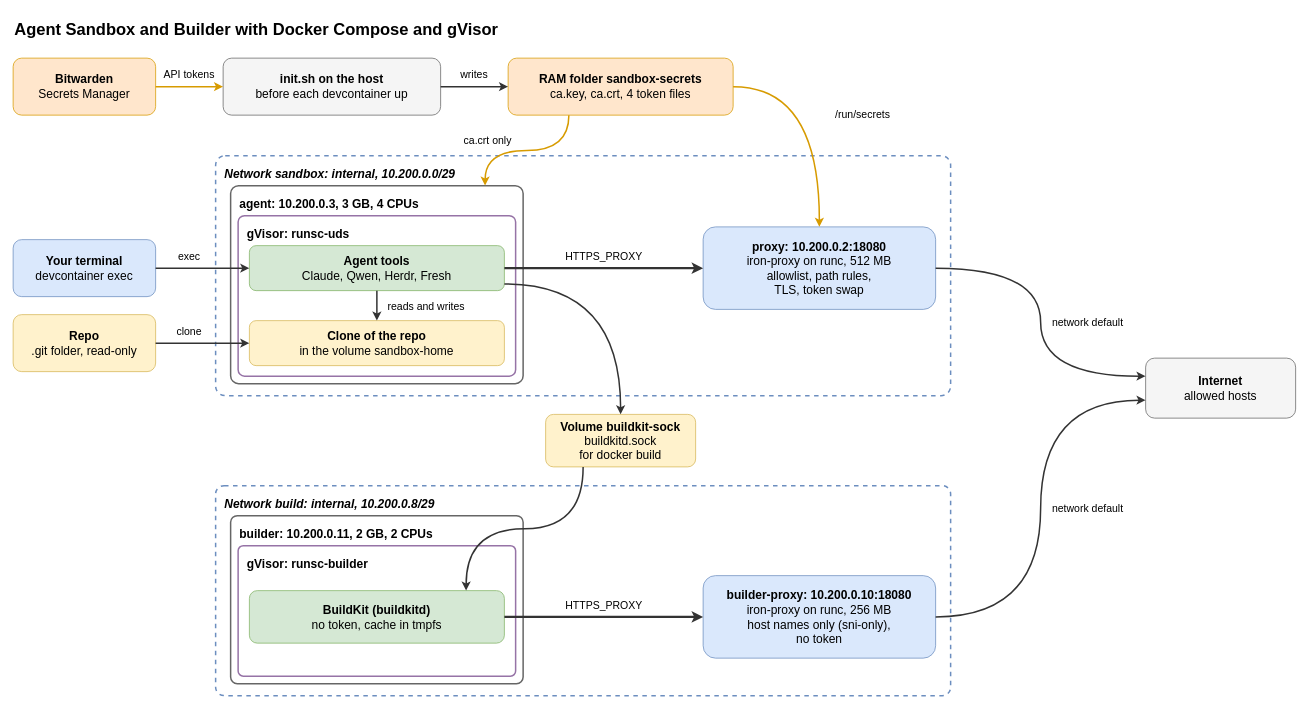
Earlier version of the draw.io diagram .devcontainer/docs/diagrams/architecture.drawio (raghav19/engineersdaybook). Source tidied: cells renumbered, new cells numbered last; positions are measured from the earlier drawing's top-left corner, leaving out a move shared by most shapes. Both pictures are drawn from the tidied source at 75%, with x=0, y=0 at pixel (13, 13).
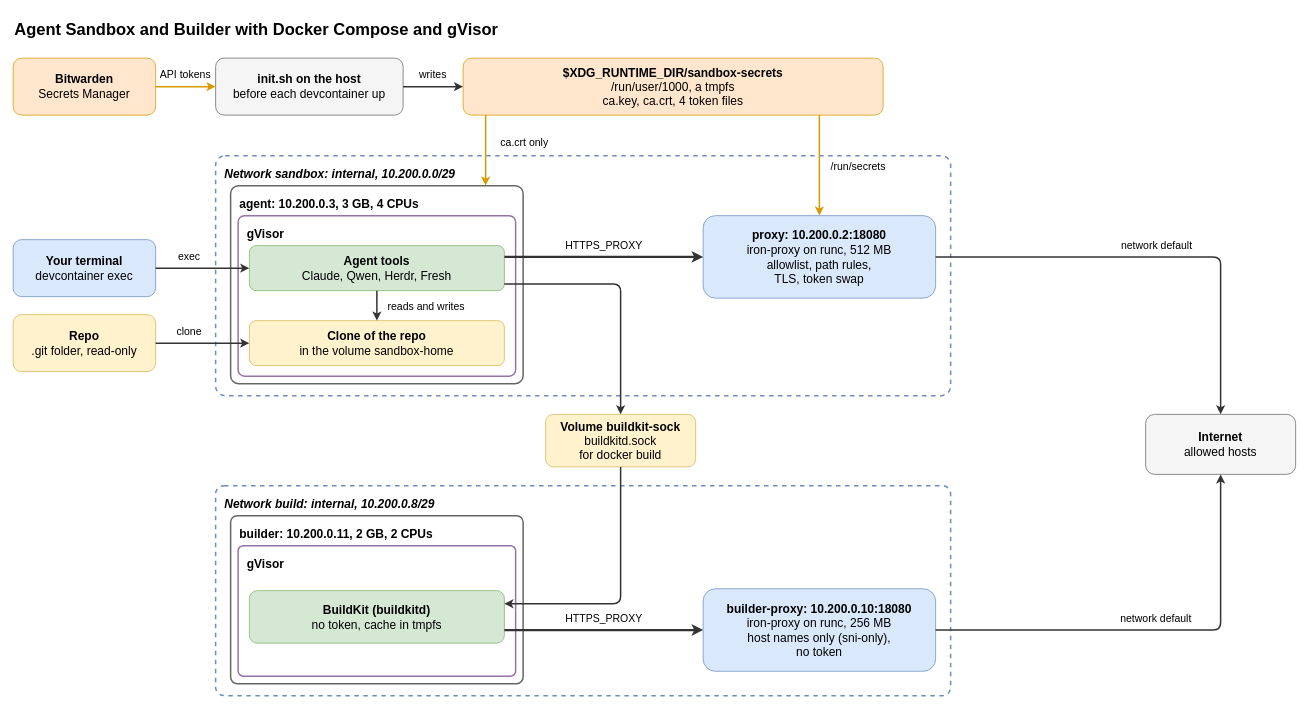
Above is the later version.

Commit message (it also covers changes not shown here):
docs: right-angle arrows, the tmpfs path and plain gVisor in the sandbox diagrams

Unchanged cells that the change refers to:
```xml
<mxCell id="3" value="&lt;b&gt;Bitwarden&lt;/b&gt;&lt;br&gt;Secrets Manager" style="rounded=1;whiteSpace=wrap;html=1;fontSize=16;fillColor=#ffe6cc;strokeColor=#d79b00;" parent="1" vertex="1">
  <mxGeometry y="60" width="190" height="76" as="geometry" />
</mxCell>
<mxCell id="6" value="&lt;b&gt;Your terminal&lt;/b&gt;&lt;br&gt;devcontainer exec" style="rounded=1;whiteSpace=wrap;html=1;fontSize=16;fillColor=#dae8fc;strokeColor=#6c8ebf;" parent="1" vertex="1">
  <mxGeometry y="302" width="190" height="76" as="geometry" />
</mxCell>
<mxCell id="7" value="&lt;b&gt;Repo&lt;/b&gt;&lt;br&gt;.git folder, read-only" style="rounded=1;whiteSpace=wrap;html=1;fontSize=16;fillColor=#fff2cc;strokeColor=#d6b656;" parent="1" vertex="1">
  <mxGeometry y="402" width="190" height="76" as="geometry" />
</mxCell>
<mxCell id="9" value="agent: 10.200.0.3, 3 GB, 4 CPUs" style="rounded=1;arcSize=4;whiteSpace=wrap;html=0;fontSize=16;fillColor=#ffffff;strokeColor=#666666;strokeWidth=2;align=left;spacingLeft=10;fontStyle=1;verticalAlign=top;spacingTop=8;" parent="1" vertex="1">
  <mxGeometry x="290" y="230" width="390" height="264" as="geometry" />
</mxCell>
<mxCell id="11" value="&lt;b&gt;Agent tools&lt;/b&gt;&lt;br&gt;Claude, Qwen, Herdr, Fresh" style="rounded=1;whiteSpace=wrap;html=1;fontSize=16;fillColor=#d5e8d4;strokeColor=#82b366;" parent="1" vertex="1">
  <mxGeometry x="315" y="310" width="340" height="60" as="geometry" />
</mxCell>
<mxCell id="12" value="&lt;b&gt;Clone of the repo&lt;/b&gt;&lt;br&gt;in the volume sandbox-home" style="rounded=1;whiteSpace=wrap;html=1;fontSize=16;fillColor=#fff2cc;strokeColor=#d6b656;" parent="1" vertex="1">
  <mxGeometry x="315" y="410" width="340" height="60" as="geometry" />
</mxCell>
<mxCell id="14" value="&lt;b&gt;Volume buildkit-sock&lt;/b&gt;&lt;br&gt;buildkitd.sock&lt;br&gt;for docker build" style="rounded=1;whiteSpace=wrap;html=1;fontSize=16;fillColor=#fff2cc;strokeColor=#d6b656;" parent="1" vertex="1">
  <mxGeometry x="710" y="535" width="200" height="70" as="geometry" />
</mxCell>
<mxCell id="18" value="&lt;b&gt;BuildKit (buildkitd)&lt;/b&gt;&lt;br&gt;no token, cache in tmpfs" style="rounded=1;whiteSpace=wrap;html=1;fontSize=16;fillColor=#d5e8d4;strokeColor=#82b366;" parent="1" vertex="1">
  <mxGeometry x="315" y="770" width="340" height="70" as="geometry" />
</mxCell>
```

Change to the diagram source:
```diff
@@
     <mxCell id="4" value="&lt;b&gt;init.sh on the host&lt;/b&gt;&lt;br&gt;before each devcontainer up" style="rounded=1;whiteSpace=wrap;html=1;fontSize=16;fillColor=#f5f5f5;strokeColor=#666666;" parent="1" vertex="1">
-      <mxGeometry x="280" y="60" width="290" height="76" as="geometry" />
+      <mxGeometry x="270" y="60" width="250" height="76" as="geometry" />
     </mxCell>
-    <mxCell id="5" value="&lt;b&gt;RAM folder sandbox-secrets&lt;/b&gt;&lt;br&gt;ca.key, ca.crt, 4 token files" style="rounded=1;whiteSpace=wrap;html=1;fontSize=16;fillColor=#ffe6cc;strokeColor=#d79b00;" parent="1" vertex="1">
-      <mxGeometry x="660" y="60" width="300" height="76" as="geometry" />
+    <mxCell id="5" value="&lt;b&gt;$XDG_RUNTIME_DIR/sandbox-secrets&lt;/b&gt;&lt;br&gt;/run/user/1000, a tmpfs&lt;br&gt;ca.key, ca.crt, 4 token files" style="rounded=1;whiteSpace=wrap;html=1;fontSize=16;fillColor=#ffe6cc;strokeColor=#d79b00;" parent="1" vertex="1">
+      <mxGeometry x="600" y="60" width="560" height="76" as="geometry" />
     </mxCell>
@@
-    <mxCell id="10" value="gVisor: runsc-uds" style="rounded=1;arcSize=4;whiteSpace=wrap;html=0;fontSize=16;fillColor=#ffffff;strokeColor=#9673a6;strokeWidth=2;align=left;spacingLeft=10;fontStyle=1;verticalAlign=top;spacingTop=8;" parent="1" vertex="1">
+    <mxCell id="10" value="gVisor" style="rounded=1;arcSize=4;whiteSpace=wrap;html=0;fontSize=16;fillColor=#ffffff;strokeColor=#9673a6;strokeWidth=2;align=left;spacingLeft=10;fontStyle=1;verticalAlign=top;spacingTop=8;" parent="1" vertex="1">
       <mxGeometry x="300" y="270" width="370" height="214" as="geometry" />
     </mxCell>
@@
     <mxCell id="13" value="&lt;b&gt;proxy: 10.200.0.2:18080&lt;/b&gt;&lt;br&gt;iron-proxy on runc, 512 MB&lt;br&gt;allowlist, path rules,&lt;br&gt;TLS, token swap" style="rounded=1;whiteSpace=wrap;html=1;fontSize=16;fillColor=#dae8fc;strokeColor=#6c8ebf;" parent="1" vertex="1">
-      <mxGeometry x="920" y="285" width="310" height="110" as="geometry" />
+      <mxGeometry x="920" y="270" width="310" height="110" as="geometry" />
     </mxCell>
@@
-    <mxCell id="17" value="gVisor: runsc-builder" style="rounded=1;arcSize=4;whiteSpace=wrap;html=0;fontSize=16;fillColor=#ffffff;strokeColor=#9673a6;strokeWidth=2;align=left;spacingLeft=10;fontStyle=1;verticalAlign=top;spacingTop=8;" parent="1" vertex="1">
+    <mxCell id="17" value="gVisor" style="rounded=1;arcSize=4;whiteSpace=wrap;html=0;fontSize=16;fillColor=#ffffff;strokeColor=#9673a6;strokeWidth=2;align=left;spacingLeft=10;fontStyle=1;verticalAlign=top;spacingTop=8;" parent="1" vertex="1">
       <mxGeometry x="300" y="710" width="370" height="174" as="geometry" />
     </mxCell>
@@
     <mxCell id="19" value="&lt;b&gt;builder-proxy: 10.200.0.10:18080&lt;/b&gt;&lt;br&gt;iron-proxy on runc, 256 MB&lt;br&gt;host names only (sni-only),&lt;br&gt;no token" style="rounded=1;whiteSpace=wrap;html=1;fontSize=16;fillColor=#dae8fc;strokeColor=#6c8ebf;" parent="1" vertex="1">
-      <mxGeometry x="920" y="750" width="310" height="110" as="geometry" />
+      <mxGeometry x="920" y="767.5" width="310" height="110" as="geometry" />
     </mxCell>
     <mxCell id="20" value="&lt;b&gt;Internet&lt;/b&gt;&lt;br&gt;allowed hosts" style="rounded=1;whiteSpace=wrap;html=1;fontSize=16;fillColor=#f5f5f5;strokeColor=#666666;" parent="1" vertex="1">
-      <mxGeometry x="1510" y="460" width="200" height="80" as="geometry" />
+      <mxGeometry x="1510" y="535" width="200" height="80" as="geometry" />
     </mxCell>
-    <mxCell id="21" value="API tokens" style="edgeStyle=orthogonalEdgeStyle;rounded=1;curved=1;html=0;labelBackgroundColor=none;fontSize=14;strokeWidth=2;strokeColor=#d79b00;exitX=1;exitY=0.5;exitDx=0;exitDy=0;entryX=0;entryY=0.5;entryDx=0;entryDy=0;" parent="1" edge="1" source="3" target="4">
+    <mxCell id="21" value="API tokens" style="edgeStyle=orthogonalEdgeStyle;rounded=1;curved=0;html=0;labelBackgroundColor=none;fontSize=14;strokeWidth=2;strokeColor=#d79b00;exitX=1.0000;exitY=0.5000;exitDx=0;exitDy=0;entryX=0.0000;entryY=0.5000;entryDx=0;entryDy=0;" parent="1" edge="1" source="3" target="4">
       <mxGeometry relative="1" as="geometry">
         <mxPoint y="-16.5" as="offset" />
       </mxGeometry>
     </mxCell>
-    <mxCell id="22" value="writes" style="edgeStyle=orthogonalEdgeStyle;rounded=1;curved=1;html=0;labelBackgroundColor=none;fontSize=14;strokeWidth=2;strokeColor=#333333;exitX=1;exitY=0.5;exitDx=0;exitDy=0;entryX=0;entryY=0.5;entryDx=0;entryDy=0;" parent="1" edge="1" source="4" target="5">
+    <mxCell id="22" value="writes" style="edgeStyle=orthogonalEdgeStyle;rounded=1;curved=0;html=0;labelBackgroundColor=none;fontSize=14;strokeWidth=2;strokeColor=#333333;exitX=1.0000;exitY=0.5000;exitDx=0;exitDy=0;entryX=0.0000;entryY=0.5000;entryDx=0;entryDy=0;" parent="1" edge="1" source="4" target="5">
       <mxGeometry relative="1" as="geometry">
         <mxPoint y="-16.5" as="offset" />
       </mxGeometry>
     </mxCell>
+    <mxCell id="24" value="ca.crt only" style="edgeStyle=orthogonalEdgeStyle;rounded=1;curved=0;html=0;labelBackgroundColor=none;fontSize=14;strokeWidth=2;strokeColor=#d79b00;exitX=0.0536;exitY=1.0000;exitDx=0;exitDy=0;entryX=0.8718;entryY=0.0000;entryDx=0;entryDy=0;" parent="1" edge="1" source="5" target="9">
+      <mxGeometry relative="1" as="geometry">
+        <mxPoint x="52" y="-12" as="offset" />
+      </mxGeometry>
+    </mxCell>
-    <mxCell id="23" value="/run/secrets" style="edgeStyle=orthogonalEdgeStyle;rounded=1;curved=1;html=0;labelBackgroundColor=none;fontSize=14;strokeWidth=2;strokeColor=#d79b00;exitX=1;exitY=0.5;exitDx=0;exitDy=0;entryX=0.5;entryY=0;entryDx=0;entryDy=0;" parent="1" edge="1" source="5" target="13">
+    <mxCell id="23" value="/run/secrets" style="edgeStyle=orthogonalEdgeStyle;rounded=1;curved=0;html=0;labelBackgroundColor=none;fontSize=14;strokeWidth=2;strokeColor=#d79b00;exitX=0.8482;exitY=1.0000;exitDx=0;exitDy=0;entryX=0.5000;entryY=0.0000;entryDx=0;entryDy=0;" parent="1" edge="1" source="5" target="13">
       <mxGeometry relative="1" as="geometry">
-        <mxPoint x="58" as="offset" />
+        <mxPoint x="52" as="offset" />
       </mxGeometry>
     </mxCell>
-    <mxCell id="24" value="ca.crt only" style="edgeStyle=orthogonalEdgeStyle;rounded=1;curved=1;html=0;labelBackgroundColor=none;fontSize=14;strokeWidth=2;strokeColor=#d79b00;exitX=0.27;exitY=1;exitDx=0;exitDy=0;entryX=0.87;entryY=0;entryDx=0;entryDy=0;" parent="1" edge="1" source="5" target="9">
-      <mxGeometry relative="1" as="geometry">
-        <mxPoint x="-52" y="-14" as="offset" />
-      </mxGeometry>
-    </mxCell>
-    <mxCell id="25" value="exec" style="edgeStyle=orthogonalEdgeStyle;rounded=1;curved=1;html=0;labelBackgroundColor=none;fontSize=14;strokeWidth=2;strokeColor=#333333;exitX=1;exitY=0.5;exitDx=0;exitDy=0;entryX=0;entryY=0.5;entryDx=0;entryDy=0;" parent="1" edge="1" source="6" target="11">
+    <mxCell id="25" value="exec" style="edgeStyle=orthogonalEdgeStyle;rounded=1;curved=0;html=0;labelBackgroundColor=none;fontSize=14;strokeWidth=2;strokeColor=#333333;exitX=1.0000;exitY=0.5000;exitDx=0;exitDy=0;entryX=0.0000;entryY=0.5000;entryDx=0;entryDy=0;" parent="1" edge="1" source="6" target="11">
       <mxGeometry relative="1" as="geometry">
         <mxPoint x="-18" y="-16.5" as="offset" />
       </mxGeometry>
     </mxCell>
-    <mxCell id="26" value="clone" style="edgeStyle=orthogonalEdgeStyle;rounded=1;curved=1;html=0;labelBackgroundColor=none;fontSize=14;strokeWidth=2;strokeColor=#333333;exitX=1;exitY=0.5;exitDx=0;exitDy=0;entryX=0;entryY=0.5;entryDx=0;entryDy=0;" parent="1" edge="1" source="7" target="12">
+    <mxCell id="26" value="clone" style="edgeStyle=orthogonalEdgeStyle;rounded=1;curved=0;html=0;labelBackgroundColor=none;fontSize=14;strokeWidth=2;strokeColor=#333333;exitX=1.0000;exitY=0.5000;exitDx=0;exitDy=0;entryX=0.0000;entryY=0.5000;entryDx=0;entryDy=0;" parent="1" edge="1" source="7" target="12">
       <mxGeometry relative="1" as="geometry">
         <mxPoint x="-18" y="-16.5" as="offset" />
       </mxGeometry>
     </mxCell>
-    <mxCell id="27" value="reads and writes" style="edgeStyle=orthogonalEdgeStyle;rounded=1;curved=1;html=0;labelBackgroundColor=none;fontSize=14;strokeWidth=2;strokeColor=#333333;exitX=0.5;exitY=1;exitDx=0;exitDy=0;entryX=0.5;entryY=0;entryDx=0;entryDy=0;" parent="1" edge="1" source="11" target="12">
+    <mxCell id="27" value="reads and writes" style="edgeStyle=orthogonalEdgeStyle;rounded=1;curved=0;html=0;labelBackgroundColor=none;fontSize=14;strokeWidth=2;strokeColor=#333333;exitX=0.5000;exitY=1.0000;exitDx=0;exitDy=0;entryX=0.5000;entryY=0.0000;entryDx=0;entryDy=0;" parent="1" edge="1" source="11" target="12">
       <mxGeometry relative="1" as="geometry">
         <mxPoint x="66" as="offset" />
       </mxGeometry>
     </mxCell>
-    <mxCell id="28" value="HTTPS_PROXY" style="edgeStyle=orthogonalEdgeStyle;rounded=1;curved=1;html=0;labelBackgroundColor=none;fontSize=14;strokeWidth=3;strokeColor=#333333;exitX=1;exitY=0.5;exitDx=0;exitDy=0;entryX=0;entryY=0.5;entryDx=0;entryDy=0;" parent="1" edge="1" source="11" target="13">
+    <mxCell id="28" value="HTTPS_PROXY" style="edgeStyle=orthogonalEdgeStyle;rounded=1;curved=0;html=0;labelBackgroundColor=none;fontSize=14;strokeWidth=3;strokeColor=#333333;exitX=1.0000;exitY=0.2500;exitDx=0;exitDy=0;entryX=0.0000;entryY=0.5000;entryDx=0;entryDy=0;" parent="1" edge="1" source="11" target="13">
       <mxGeometry relative="1" as="geometry">
         <mxPoint y="-16.5" as="offset" />
       </mxGeometry>
     </mxCell>
-    <mxCell id="29" style="edgeStyle=orthogonalEdgeStyle;rounded=1;curved=1;html=0;labelBackgroundColor=none;fontSize=14;strokeWidth=2;strokeColor=#333333;exitX=1;exitY=0.85;exitDx=0;exitDy=0;entryX=0.5;entryY=0;entryDx=0;entryDy=0;" parent="1" edge="1" source="11" target="14">
+    <mxCell id="29" style="edgeStyle=orthogonalEdgeStyle;rounded=1;curved=0;html=0;labelBackgroundColor=none;fontSize=14;strokeWidth=2;strokeColor=#333333;exitX=1.0000;exitY=0.8500;exitDx=0;exitDy=0;entryX=0.5000;entryY=0.0000;entryDx=0;entryDy=0;" parent="1" edge="1" source="11" target="14">
       <mxGeometry relative="1" as="geometry" />
     </mxCell>
-    <mxCell id="30" style="edgeStyle=orthogonalEdgeStyle;rounded=1;curved=1;html=0;labelBackgroundColor=none;fontSize=14;strokeWidth=2;strokeColor=#333333;exitX=0.25;exitY=1;exitDx=0;exitDy=0;entryX=0.85;entryY=0;entryDx=0;entryDy=0;" parent="1" edge="1" source="14" target="18">
+    <mxCell id="30" style="edgeStyle=orthogonalEdgeStyle;rounded=1;curved=0;html=0;labelBackgroundColor=none;fontSize=14;strokeWidth=2;strokeColor=#333333;exitX=0.5000;exitY=1.0000;exitDx=0;exitDy=0;entryX=1.0000;entryY=0.2500;entryDx=0;entryDy=0;" parent="1" edge="1" source="14" target="18">
       <mxGeometry relative="1" as="geometry" />
     </mxCell>
-    <mxCell id="31" value="HTTPS_PROXY" style="edgeStyle=orthogonalEdgeStyle;rounded=1;curved=1;html=0;labelBackgroundColor=none;fontSize=14;strokeWidth=3;strokeColor=#333333;exitX=1;exitY=0.5;exitDx=0;exitDy=0;entryX=0;entryY=0.5;entryDx=0;entryDy=0;" parent="1" edge="1" source="18" target="19">
+    <mxCell id="31" value="HTTPS_PROXY" style="edgeStyle=orthogonalEdgeStyle;rounded=1;curved=0;html=0;labelBackgroundColor=none;fontSize=14;strokeWidth=3;strokeColor=#333333;exitX=1.0000;exitY=0.7500;exitDx=0;exitDy=0;entryX=0.0000;entryY=0.5000;entryDx=0;entryDy=0;" parent="1" edge="1" source="18" target="19">
       <mxGeometry relative="1" as="geometry">
         <mxPoint y="-16.5" as="offset" />
       </mxGeometry>
     </mxCell>
-    <mxCell id="32" value="network default" style="edgeStyle=orthogonalEdgeStyle;rounded=1;curved=1;html=0;labelBackgroundColor=none;fontSize=14;strokeWidth=2;strokeColor=#333333;exitX=1;exitY=0.5;exitDx=0;exitDy=0;entryX=0;entryY=0.3;entryDx=0;entryDy=0;" parent="1" edge="1" source="13" target="20">
+    <mxCell id="32" value="network default" style="edgeStyle=orthogonalEdgeStyle;rounded=1;curved=0;html=0;labelBackgroundColor=none;fontSize=14;strokeWidth=2;strokeColor=#333333;exitX=1.0000;exitY=0.5000;exitDx=0;exitDy=0;entryX=0.5000;entryY=0.0000;entryDx=0;entryDy=0;" parent="1" edge="1" source="13" target="20">
       <mxGeometry relative="1" as="geometry">
-        <mxPoint x="63" as="offset" />
+        <mxPoint y="-16.5" as="offset" />
       </mxGeometry>
     </mxCell>
-    <mxCell id="33" value="network default" style="edgeStyle=orthogonalEdgeStyle;rounded=1;curved=1;html=0;labelBackgroundColor=none;fontSize=14;strokeWidth=2;strokeColor=#333333;exitX=1;exitY=0.5;exitDx=0;exitDy=0;entryX=0;entryY=0.7;entryDx=0;entryDy=0;" parent="1" edge="1" source="19" target="20">
+    <mxCell id="33" value="network default" style="edgeStyle=orthogonalEdgeStyle;rounded=1;curved=0;html=0;labelBackgroundColor=none;fontSize=14;strokeWidth=2;strokeColor=#333333;exitX=1.0000;exitY=0.5000;exitDx=0;exitDy=0;entryX=0.5000;entryY=1.0000;entryDx=0;entryDy=0;" parent="1" edge="1" source="19" target="20">
       <mxGeometry relative="1" as="geometry">
-        <mxPoint x="63" as="offset" />
+        <mxPoint y="-16.5" as="offset" />
       </mxGeometry>
     </mxCell>
```
